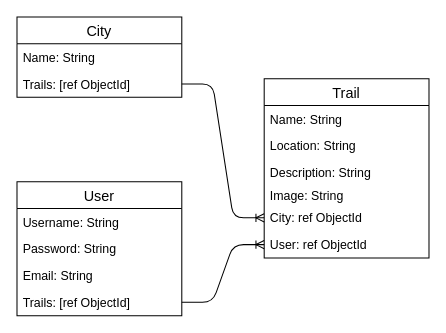
Earlier version of the draw.io diagram erd.drawio (aliciaroeck/trail-legs-2). Source tidied: cells renumbered, new cells numbered last; positions are measured from the earlier drawing's top-left corner, leaving out a move shared by most shapes. Both pictures are drawn from the tidied source at 103%, with x=0, y=0 at pixel (16, 16).
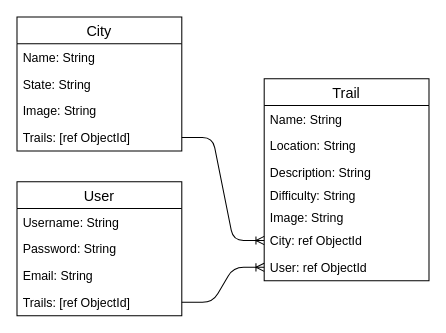
Above is the later version.

Commit message (it also covers changes not shown here):
updated ERD to match models

The edit, as a diff of the source:
```diff
@@
     <mxCell id="2" value="City" style="swimlane;fontStyle=0;horizontal=1;startSize=26;align=center;fontSize=14;" parent="1" vertex="1">
-      <mxGeometry width="160" height="78" as="geometry" />
+      <mxGeometry width="160" height="130" as="geometry" />
     </mxCell>
@@
+    <mxCell id="19" value="State: String" style="text;strokeColor=none;fillColor=none;spacingLeft=4;spacingRight=4;overflow=hidden;fontSize=12;" parent="2" vertex="1">
+      <mxGeometry y="52" width="160" height="26" as="geometry" />
+    </mxCell>
+    <mxCell id="20" value="Image: String" style="text;strokeColor=none;fillColor=none;spacingLeft=4;spacingRight=4;overflow=hidden;fontSize=12;" parent="2" vertex="1">
+      <mxGeometry y="78" width="160" height="26" as="geometry" />
+    </mxCell>
     <mxCell id="4" value="Trails: [ref ObjectId]" style="text;strokeColor=none;fillColor=none;spacingLeft=4;spacingRight=4;overflow=hidden;points=[[0,0.5],[1,0.5]];portConstraint=eastwest;fontSize=12;" parent="2" vertex="1">
-      <mxGeometry y="52" width="160" height="26" as="geometry" />
+      <mxGeometry y="104" width="160" height="26" as="geometry" />
     </mxCell>
@@
     <mxCell id="6" value="Trail" style="swimlane;fontStyle=0;horizontal=1;startSize=26;align=center;fontSize=14;" parent="1" vertex="1">
-      <mxGeometry x="240" y="60" width="160" height="174" as="geometry" />
+      <mxGeometry x="240" y="60" width="160" height="196" as="geometry" />
     </mxCell>
@@
+    <mxCell id="21" value="Difficulty: String" style="text;strokeColor=none;fillColor=none;spacingLeft=4;spacingRight=4;overflow=hidden;fontSize=12;" parent="6" vertex="1">
+      <mxGeometry y="100" width="160" height="22" as="geometry" />
+    </mxCell>
     <mxCell id="10" value="Image: String" style="text;strokeColor=none;fillColor=none;spacingLeft=4;spacingRight=4;overflow=hidden;fontSize=12;" parent="6" vertex="1">
-      <mxGeometry y="100" width="160" height="22" as="geometry" />
+      <mxGeometry y="122" width="160" height="22" as="geometry" />
     </mxCell>
     <mxCell id="11" value="City: ref ObjectId" style="text;strokeColor=none;fillColor=none;spacingLeft=4;spacingRight=4;overflow=hidden;points=[[0,0.5],[1,0.5]];portConstraint=eastwest;fontSize=12;" parent="6" vertex="1">
-      <mxGeometry y="122" width="160" height="26" as="geometry" />
+      <mxGeometry y="144" width="160" height="26" as="geometry" />
     </mxCell>
     <mxCell id="12" value="User: ref ObjectId" style="text;strokeColor=none;fillColor=none;spacingLeft=4;spacingRight=4;overflow=hidden;points=[[0,0.5],[1,0.5]];portConstraint=eastwest;fontSize=12;" parent="6" vertex="1">
-      <mxGeometry y="148" width="160" height="26" as="geometry" />
+      <mxGeometry y="170" width="160" height="26" as="geometry" />
     </mxCell>
```
